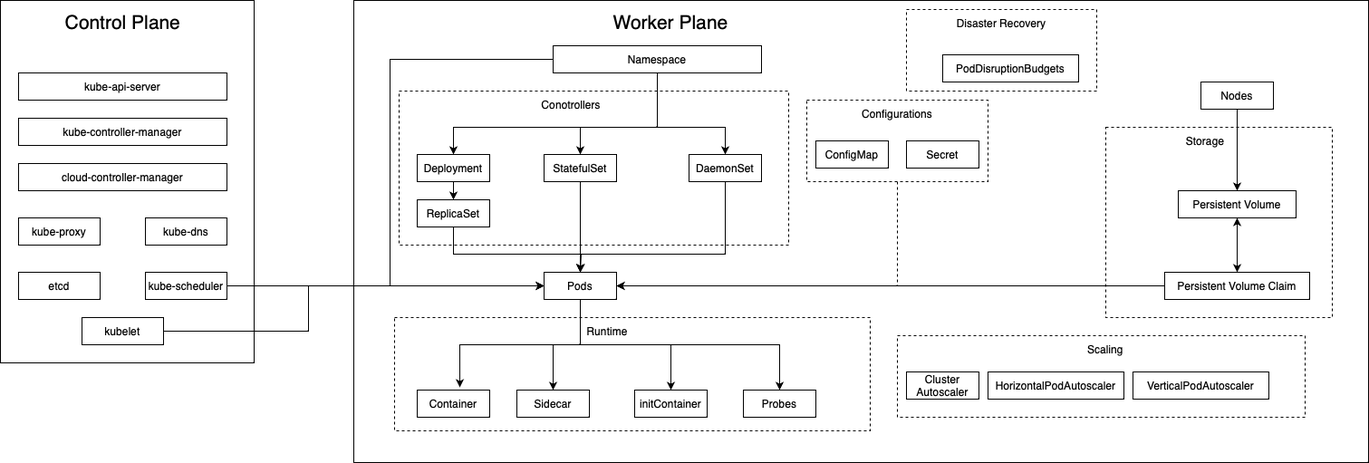
AnshumanTripathi/anshumantripathi.github.io keeps this draw.io diagram as static/images/kubernetes.png. Above is the earlier version. Source tidied: cells renumbered, new cells last; positions are measured from the earlier drawing's top-left corner, leaving out a move shared by most shapes.
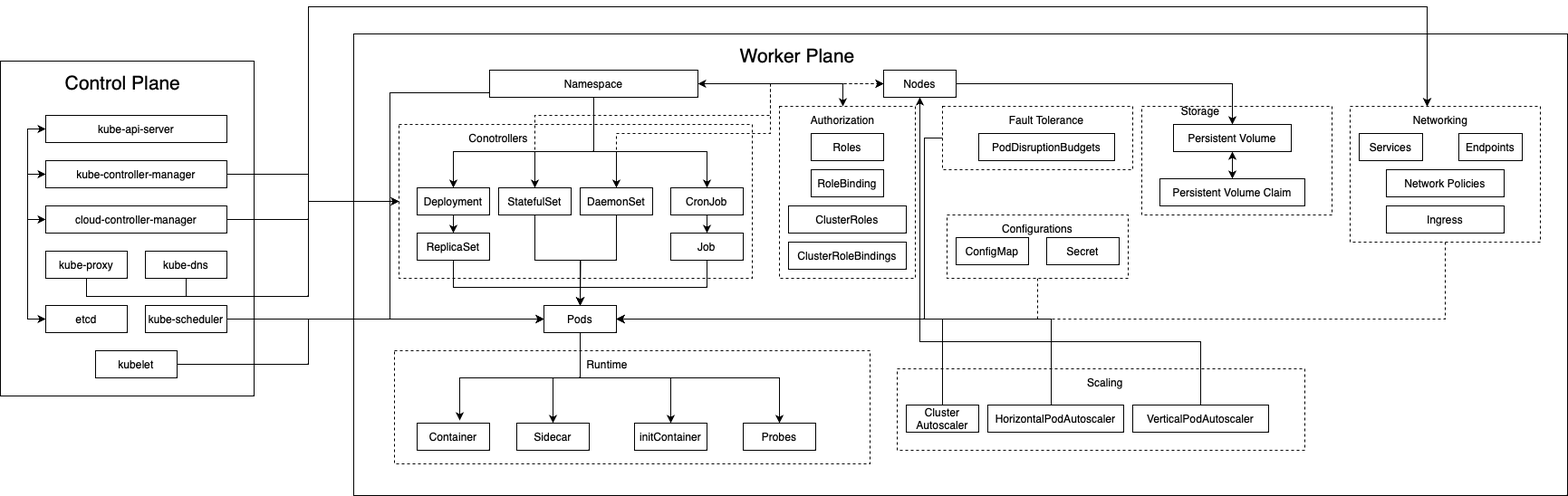
Later version of the same file.

The edit, as a diff of the source:
```diff
@@ -5,6 +5,6 @@
     <mxCell id="2" style="rounded=0;whiteSpace=wrap;html=1;" parent="1" vertex="1">
-      <mxGeometry x="390" width="1120" height="510" as="geometry" />
+      <mxGeometry x="390" width="1340" height="510" as="geometry" />
     </mxCell>
     <mxCell id="3" style="rounded=0;whiteSpace=wrap;html=1;dashed=1;" parent="1" vertex="1">
-      <mxGeometry x="440" y="100" width="430" height="170" as="geometry" />
+      <mxGeometry x="440" y="100" width="390" height="170" as="geometry" />
     </mxCell>
@@ -14,3 +14,3 @@
     <mxCell id="5" style="rounded=0;whiteSpace=wrap;html=1;dashed=1;" parent="1" vertex="1">
-      <mxGeometry x="1220" y="140" width="250" height="210" as="geometry" />
+      <mxGeometry x="1260" y="80" width="210" height="120" as="geometry" />
     </mxCell>
@@ -20,10 +20,20 @@
     <mxCell id="7" style="rounded=0;whiteSpace=wrap;html=1;dashed=1;" parent="1" vertex="1">
-      <mxGeometry x="890" y="110" width="200" height="90" as="geometry" />
+      <mxGeometry x="1045" y="200" width="200" height="70" as="geometry" />
     </mxCell>
     <mxCell id="8" value="C" style="rounded=0;whiteSpace=wrap;html=1;" parent="1" vertex="1">
-      <mxGeometry width="280" height="400" as="geometry" />
+      <mxGeometry y="30" width="280" height="370" as="geometry" />
     </mxCell>
     <mxCell id="9" value="kube-api-server" style="rounded=0;whiteSpace=wrap;html=1;" parent="1" vertex="1">
-      <mxGeometry x="20" y="80" width="230" height="30" as="geometry" />
+      <mxGeometry x="50" y="90" width="200" height="30" as="geometry" />
     </mxCell>
+    <mxCell id="63" style="edgeStyle=orthogonalEdgeStyle;rounded=0;jettySize=auto;html=1;exitX=0.5;exitY=1;exitDx=0;exitDy=0;entryX=0.25;entryY=0;entryDx=0;entryDy=0;" parent="1" edge="1" source="10" target="95">
+      <mxGeometry relative="1" as="geometry">
+        <Array as="points">
+          <mxPoint x="205" y="290" />
+          <mxPoint x="340" y="290" />
+          <mxPoint x="340" y="-30" />
+          <mxPoint x="1575" y="-30" />
+        </Array>
+      </mxGeometry>
+    </mxCell>
     <mxCell id="10" value="kube-dns" style="rounded=0;whiteSpace=wrap;html=1;" parent="1" vertex="1">
@@ -41,13 +51,48 @@
     </mxCell>
+    <mxCell id="64" style="edgeStyle=orthogonalEdgeStyle;rounded=0;jettySize=auto;html=1;exitX=0.5;exitY=1;exitDx=0;exitDy=0;entryX=0.25;entryY=0;entryDx=0;entryDy=0;" parent="1" edge="1" source="13" target="95">
+      <mxGeometry relative="1" as="geometry">
+        <Array as="points">
+          <mxPoint x="95" y="290" />
+          <mxPoint x="340" y="290" />
+          <mxPoint x="340" y="-30" />
+          <mxPoint x="1575" y="-30" />
+        </Array>
+      </mxGeometry>
+    </mxCell>
     <mxCell id="13" value="kube-proxy" style="rounded=0;whiteSpace=wrap;html=1;" parent="1" vertex="1">
-      <mxGeometry x="20" y="240" width="90" height="30" as="geometry" />
+      <mxGeometry x="50" y="240" width="90" height="30" as="geometry" />
     </mxCell>
+    <mxCell id="65" style="edgeStyle=orthogonalEdgeStyle;rounded=0;jettySize=auto;html=1;exitX=0;exitY=0.5;exitDx=0;exitDy=0;entryX=0;entryY=0.5;entryDx=0;entryDy=0;" parent="1" edge="1" source="14" target="15">
+      <mxGeometry relative="1" as="geometry" />
+    </mxCell>
+    <mxCell id="66" style="edgeStyle=orthogonalEdgeStyle;rounded=0;jettySize=auto;html=1;exitX=0;exitY=0.5;exitDx=0;exitDy=0;entryX=0;entryY=0.5;entryDx=0;entryDy=0;" parent="1" edge="1" source="14" target="16">
+      <mxGeometry relative="1" as="geometry" />
+    </mxCell>
+    <mxCell id="67" style="edgeStyle=orthogonalEdgeStyle;rounded=0;jettySize=auto;html=1;exitX=0;exitY=0.5;exitDx=0;exitDy=0;entryX=0;entryY=0.5;entryDx=0;entryDy=0;startArrow=classic;startFill=1;" parent="1" edge="1" source="14" target="9">
+      <mxGeometry relative="1" as="geometry" />
+    </mxCell>
     <mxCell id="14" value="etcd" style="rounded=0;whiteSpace=wrap;html=1;" parent="1" vertex="1">
-      <mxGeometry x="20" y="300" width="90" height="30" as="geometry" />
+      <mxGeometry x="50" y="300" width="90" height="30" as="geometry" />
     </mxCell>
+    <mxCell id="68" style="edgeStyle=orthogonalEdgeStyle;rounded=0;jettySize=auto;html=1;exitX=1;exitY=0.5;exitDx=0;exitDy=0;entryX=0;entryY=0.5;entryDx=0;entryDy=0;" parent="1" edge="1" source="15" target="3">
+      <mxGeometry relative="1" as="geometry">
+        <Array as="points">
+          <mxPoint x="340" y="155" />
+          <mxPoint x="340" y="185" />
+        </Array>
+      </mxGeometry>
+    </mxCell>
     <mxCell id="15" value="kube-controller-manager" style="rounded=0;whiteSpace=wrap;html=1;" parent="1" vertex="1">
-      <mxGeometry x="20" y="130" width="230" height="30" as="geometry" />
+      <mxGeometry x="50" y="140" width="200" height="30" as="geometry" />
     </mxCell>
+    <mxCell id="69" style="edgeStyle=orthogonalEdgeStyle;rounded=0;jettySize=auto;html=1;exitX=1;exitY=0.5;exitDx=0;exitDy=0;entryX=0;entryY=0.5;entryDx=0;entryDy=0;" parent="1" edge="1" source="16" target="3">
+      <mxGeometry relative="1" as="geometry">
+        <Array as="points">
+          <mxPoint x="340" y="205" />
+          <mxPoint x="340" y="185" />
+        </Array>
+      </mxGeometry>
+    </mxCell>
     <mxCell id="16" value="cloud-controller-manager" style="rounded=0;whiteSpace=wrap;html=1;" parent="1" vertex="1">
-      <mxGeometry x="20" y="180" width="230" height="30" as="geometry" />
+      <mxGeometry x="50" y="190" width="200" height="30" as="geometry" />
     </mxCell>
@@ -62,3 +107,3 @@
     <mxCell id="18" value="kubelet" style="rounded=0;whiteSpace=wrap;html=1;" parent="1" vertex="1">
-      <mxGeometry x="90" y="350" width="90" height="30" as="geometry" />
+      <mxGeometry x="105" y="350" width="90" height="30" as="geometry" />
     </mxCell>
@@ -67,4 +112,4 @@
         <Array as="points">
-          <mxPoint x="725" y="140" />
-          <mxPoint x="500" y="140" />
+          <mxPoint x="655" y="130" />
+          <mxPoint x="500" y="130" />
         </Array>
@@ -72,2 +117,10 @@
     </mxCell>
+    <mxCell id="22" style="edgeStyle=orthogonalEdgeStyle;rounded=0;jettySize=auto;html=1;exitX=0;exitY=0.5;exitDx=0;exitDy=0;entryX=0;entryY=0.5;entryDx=0;entryDy=0;" parent="1" edge="1" source="23" target="36">
+      <mxGeometry relative="1" as="geometry">
+        <Array as="points">
+          <mxPoint x="430" y="65" />
+          <mxPoint x="430" y="315" />
+        </Array>
+      </mxGeometry>
+    </mxCell>
     <mxCell id="20" style="edgeStyle=orthogonalEdgeStyle;rounded=0;jettySize=auto;html=1;exitX=0.5;exitY=1;exitDx=0;exitDy=0;entryX=0.5;entryY=0;entryDx=0;entryDy=0;" parent="1" edge="1" source="23" target="27">
@@ -75,4 +128,4 @@
         <Array as="points">
-          <mxPoint x="725" y="140" />
-          <mxPoint x="640" y="140" />
+          <mxPoint x="655" y="130" />
+          <mxPoint x="590" y="130" />
         </Array>
@@ -80,7 +133,7 @@
     </mxCell>
-    <mxCell id="21" style="edgeStyle=orthogonalEdgeStyle;rounded=0;jettySize=auto;html=1;exitX=0.5;exitY=1;exitDx=0;exitDy=0;" parent="1" edge="1" source="23" target="29">
+    <mxCell id="21" style="edgeStyle=orthogonalEdgeStyle;rounded=0;jettySize=auto;html=1;exitX=0.5;exitY=1;exitDx=0;exitDy=0;entryX=0.5;entryY=0;entryDx=0;entryDy=0;" parent="1" edge="1" source="23" target="29">
       <mxGeometry relative="1" as="geometry">
         <Array as="points">
-          <mxPoint x="725" y="140" />
-          <mxPoint x="800" y="140" />
+          <mxPoint x="655" y="130" />
+          <mxPoint x="680" y="130" />
         </Array>
@@ -88,12 +141,15 @@
     </mxCell>
-    <mxCell id="22" style="edgeStyle=orthogonalEdgeStyle;rounded=0;jettySize=auto;html=1;exitX=0;exitY=0.5;exitDx=0;exitDy=0;entryX=0;entryY=0.5;entryDx=0;entryDy=0;" parent="1" edge="1" source="23" target="36">
-      <mxGeometry relative="1" as="geometry">
-        <Array as="points">
-          <mxPoint x="430" y="65" />
-          <mxPoint x="430" y="315" />
-        </Array>
-      </mxGeometry>
-    </mxCell>
+    <mxCell id="70" style="edgeStyle=orthogonalEdgeStyle;rounded=0;jettySize=auto;html=1;exitX=0.5;exitY=1;exitDx=0;exitDy=0;entryX=0.5;entryY=0;entryDx=0;entryDy=0;" parent="1" edge="1" source="23" target="85">
+      <mxGeometry relative="1" as="geometry">
+        <Array as="points">
+          <mxPoint x="655" y="130" />
+          <mxPoint x="780" y="130" />
+        </Array>
+      </mxGeometry>
+    </mxCell>
+    <mxCell id="71" style="edgeStyle=orthogonalEdgeStyle;rounded=0;jettySize=auto;html=1;exitX=1;exitY=0.5;exitDx=0;exitDy=0;entryX=0.5;entryY=0;entryDx=0;entryDy=0;startArrow=classic;startFill=1;" parent="1" edge="1" source="23" target="83">
+      <mxGeometry relative="1" as="geometry" />
+    </mxCell>
     <mxCell id="23" value="Namespace" style="rounded=0;whiteSpace=wrap;html=1;" parent="1" vertex="1">
-      <mxGeometry x="610" y="50" width="230" height="30" as="geometry" />
+      <mxGeometry x="540" y="40" width="230" height="30" as="geometry" />
     </mxCell>
@@ -108,16 +164,21 @@
     </mxCell>
+    <mxCell id="72" style="edgeStyle=orthogonalEdgeStyle;rounded=0;jettySize=auto;html=1;exitX=0.5;exitY=0;exitDx=0;exitDy=0;entryX=0;entryY=0.5;entryDx=0;entryDy=0;dashed=1;" parent="1" edge="1" source="27" target="44">
+      <mxGeometry relative="1" as="geometry">
+        <Array as="points">
+          <mxPoint x="590" y="90" />
+          <mxPoint x="850" y="90" />
+          <mxPoint x="850" y="55" />
+        </Array>
+      </mxGeometry>
+    </mxCell>
     <mxCell id="27" value="StatefulSet" style="rounded=0;whiteSpace=wrap;html=1;" parent="1" vertex="1">
-      <mxGeometry x="600" y="170" width="80" height="30" as="geometry" />
+      <mxGeometry x="550" y="170" width="80" height="30" as="geometry" />
     </mxCell>
-    <mxCell id="28" style="edgeStyle=orthogonalEdgeStyle;rounded=0;jettySize=auto;html=1;exitX=0.5;exitY=1;exitDx=0;exitDy=0;" parent="1" edge="1" source="29">
-      <mxGeometry relative="1" as="geometry">
-        <mxPoint x="640" y="300" as="targetPoint" />
-        <Array as="points">
-          <mxPoint x="800" y="280" />
-          <mxPoint x="641" y="280" />
-        </Array>
-      </mxGeometry>
-    </mxCell>
+    <mxCell id="73" style="edgeStyle=orthogonalEdgeStyle;rounded=0;jettySize=auto;html=1;exitX=0.5;exitY=1;exitDx=0;exitDy=0;" parent="1" edge="1" source="29">
+      <mxGeometry relative="1" as="geometry">
+        <mxPoint x="640" y="300" as="targetPoint" />
+      </mxGeometry>
+    </mxCell>
     <mxCell id="29" value="DaemonSet" style="rounded=0;whiteSpace=wrap;html=1;" parent="1" vertex="1">
-      <mxGeometry x="760" y="170" width="80" height="30" as="geometry" />
+      <mxGeometry x="640" y="170" width="80" height="30" as="geometry" />
     </mxCell>
@@ -162,8 +223,8 @@
     <mxCell id="41" value="ConfigMap" style="rounded=0;whiteSpace=wrap;html=1;" parent="1" vertex="1">
-      <mxGeometry x="900" y="155" width="80" height="30" as="geometry" />
+      <mxGeometry x="1055" y="225" width="80" height="30" as="geometry" />
     </mxCell>
     <mxCell id="42" value="Secret" style="rounded=0;whiteSpace=wrap;html=1;" parent="1" vertex="1">
-      <mxGeometry x="1000" y="155" width="80" height="30" as="geometry" />
+      <mxGeometry x="1155" y="225" width="80" height="30" as="geometry" />
     </mxCell>
-    <mxCell id="43" style="edgeStyle=orthogonalEdgeStyle;rounded=0;jettySize=auto;html=1;exitX=0.5;exitY=1;exitDx=0;exitDy=0;entryX=0.5;entryY=0;entryDx=0;entryDy=0;" parent="1" edge="1" source="44" target="48">
+    <mxCell id="43" style="edgeStyle=orthogonalEdgeStyle;rounded=0;jettySize=auto;html=1;exitX=1;exitY=0.5;exitDx=0;exitDy=0;entryX=0.5;entryY=0;entryDx=0;entryDy=0;" parent="1" edge="1" source="44" target="48">
       <mxGeometry relative="1" as="geometry" />
@@ -171,9 +232,9 @@
     <mxCell id="44" value="Nodes" style="rounded=0;whiteSpace=wrap;html=1;" parent="1" vertex="1">
-      <mxGeometry x="1325" y="90" width="80" height="30" as="geometry" />
+      <mxGeometry x="975" y="40" width="80" height="30" as="geometry" />
     </mxCell>
     <mxCell id="45" value="&lt;font style=&quot;font-size: 21px;&quot;&gt;Control Plane&lt;/font&gt;" style="text;html=1;strokeColor=none;fillColor=none;align=center;verticalAlign=middle;whiteSpace=wrap;rounded=0;" parent="1" vertex="1">
-      <mxGeometry x="62.5" y="10" width="145" height="30" as="geometry" />
+      <mxGeometry x="62.5" y="40" width="145" height="30" as="geometry" />
     </mxCell>
     <mxCell id="46" value="&lt;font style=&quot;font-size: 21px;&quot;&gt;Worker Plane&lt;/font&gt;" style="text;html=1;strokeColor=none;fillColor=none;align=center;verticalAlign=middle;whiteSpace=wrap;rounded=0;" parent="1" vertex="1">
-      <mxGeometry x="660" y="10" width="160" height="30" as="geometry" />
+      <mxGeometry x="800" y="10" width="160" height="30" as="geometry" />
     </mxCell>
@@ -183,15 +244,12 @@
     <mxCell id="48" value="Persistent Volume" style="rounded=0;whiteSpace=wrap;html=1;" parent="1" vertex="1">
-      <mxGeometry x="1300" y="210" width="130" height="30" as="geometry" />
+      <mxGeometry x="1295" y="100" width="130" height="30" as="geometry" />
     </mxCell>
-    <mxCell id="49" style="edgeStyle=orthogonalEdgeStyle;rounded=0;jettySize=auto;html=1;exitX=0;exitY=0.5;exitDx=0;exitDy=0;" parent="1" edge="1" source="50" target="36">
-      <mxGeometry relative="1" as="geometry" />
-    </mxCell>
     <mxCell id="50" value="Persistent Volume Claim" style="rounded=0;whiteSpace=wrap;html=1;" parent="1" vertex="1">
-      <mxGeometry x="1285" y="300" width="160" height="30" as="geometry" />
+      <mxGeometry x="1280" y="160" width="160" height="30" as="geometry" />
     </mxCell>
     <mxCell id="51" value="Configurations" style="text;html=1;strokeColor=none;fillColor=none;align=center;verticalAlign=middle;whiteSpace=wrap;rounded=0;" parent="1" vertex="1">
-      <mxGeometry x="960" y="110" width="60" height="30" as="geometry" />
+      <mxGeometry x="1115" y="200" width="60" height="30" as="geometry" />
     </mxCell>
     <mxCell id="52" value="Storage" style="text;html=1;strokeColor=none;fillColor=none;align=center;verticalAlign=middle;whiteSpace=wrap;rounded=0;" parent="1" vertex="1">
-      <mxGeometry x="1300" y="140" width="60" height="30" as="geometry" />
+      <mxGeometry x="1295" y="70" width="60" height="30" as="geometry" />
     </mxCell>
@@ -201,3 +259,3 @@
     <mxCell id="54" value="Conotrollers" style="text;html=1;strokeColor=none;fillColor=none;align=center;verticalAlign=middle;whiteSpace=wrap;rounded=0;" parent="1" vertex="1">
-      <mxGeometry x="600" y="100" width="60" height="30" as="geometry" />
+      <mxGeometry x="520" y="100" width="60" height="30" as="geometry" />
     </mxCell>
@@ -209,2 +267,9 @@
     </mxCell>
+    <mxCell id="74" style="edgeStyle=orthogonalEdgeStyle;rounded=0;jettySize=auto;html=1;entryX=1;entryY=0.5;entryDx=0;entryDy=0;exitX=0.5;exitY=0;exitDx=0;exitDy=0;" parent="1" edge="1" source="57" target="36">
+      <mxGeometry relative="1" as="geometry">
+        <Array as="points">
+          <mxPoint x="1040" y="315" />
+        </Array>
+      </mxGeometry>
+    </mxCell>
     <mxCell id="57" value="Cluster Autoscaler" style="rounded=0;whiteSpace=wrap;html=1;" parent="1" vertex="1">
@@ -212,2 +277,9 @@
     </mxCell>
+    <mxCell id="75" style="edgeStyle=orthogonalEdgeStyle;rounded=0;jettySize=auto;html=1;entryX=1;entryY=0.5;entryDx=0;entryDy=0;" parent="1" edge="1" source="58" target="36">
+      <mxGeometry relative="1" as="geometry">
+        <Array as="points">
+          <mxPoint x="1160" y="315" />
+        </Array>
+      </mxGeometry>
+    </mxCell>
     <mxCell id="58" value="HorizontalPodAutoscaler" style="rounded=0;whiteSpace=wrap;html=1;" parent="1" vertex="1">
@@ -215,2 +287,10 @@
     </mxCell>
+    <mxCell id="76" style="edgeStyle=orthogonalEdgeStyle;rounded=0;jettySize=auto;html=1;exitX=0.5;exitY=0;exitDx=0;exitDy=0;entryX=0.5;entryY=1;entryDx=0;entryDy=0;" parent="1" edge="1" source="59" target="44">
+      <mxGeometry relative="1" as="geometry">
+        <Array as="points">
+          <mxPoint x="1325" y="340" />
+          <mxPoint x="1015" y="340" />
+        </Array>
+      </mxGeometry>
+    </mxCell>
     <mxCell id="59" value="VerticalPodAutoscaler" style="rounded=0;whiteSpace=wrap;html=1;" parent="1" vertex="1">
@@ -218,11 +298,85 @@
     </mxCell>
+    <mxCell id="77" style="edgeStyle=orthogonalEdgeStyle;rounded=0;jettySize=auto;html=1;exitX=0;exitY=0.5;exitDx=0;exitDy=0;entryX=1;entryY=0.5;entryDx=0;entryDy=0;" parent="1" edge="1" source="60" target="36">
+      <mxGeometry relative="1" as="geometry">
+        <Array as="points">
+          <mxPoint x="1020" y="115" />
+          <mxPoint x="1020" y="315" />
+        </Array>
+      </mxGeometry>
+    </mxCell>
     <mxCell id="60" style="rounded=0;whiteSpace=wrap;html=1;dashed=1;" parent="1" vertex="1">
-      <mxGeometry x="1000" y="10" width="210" height="90" as="geometry" />
+      <mxGeometry x="1040" y="80" width="210" height="70" as="geometry" />
     </mxCell>
-    <mxCell id="61" value="Disaster Recovery" style="text;html=1;strokeColor=none;fillColor=none;align=center;verticalAlign=middle;whiteSpace=wrap;rounded=0;" parent="1" vertex="1">
-      <mxGeometry x="1050" y="10" width="110" height="30" as="geometry" />
+    <mxCell id="61" value="Fault Tolerance" style="text;html=1;strokeColor=none;fillColor=none;align=center;verticalAlign=middle;whiteSpace=wrap;rounded=0;" parent="1" vertex="1">
+      <mxGeometry x="1100" y="80" width="110" height="30" as="geometry" />
     </mxCell>
     <mxCell id="62" value="PodDisruptionBudgets" style="rounded=0;whiteSpace=wrap;html=1;" parent="1" vertex="1">
-      <mxGeometry x="1040" y="60" width="150" height="30" as="geometry" />
+      <mxGeometry x="1080" y="110" width="150" height="30" as="geometry" />
     </mxCell>
+    <mxCell id="78" style="rounded=0;whiteSpace=wrap;html=1;dashed=1;" parent="1" vertex="1">
+      <mxGeometry x="860" y="80" width="150" height="190" as="geometry" />
+    </mxCell>
+    <mxCell id="79" value="ClusterRoleBindings" style="rounded=0;whiteSpace=wrap;html=1;" parent="1" vertex="1">
+      <mxGeometry x="870" y="230" width="130" height="30" as="geometry" />
+    </mxCell>
+    <mxCell id="80" value="ClusterRoles" style="rounded=0;whiteSpace=wrap;html=1;" parent="1" vertex="1">
+      <mxGeometry x="870" y="190" width="130" height="30" as="geometry" />
+    </mxCell>
+    <mxCell id="81" value="RoleBinding" style="rounded=0;whiteSpace=wrap;html=1;" parent="1" vertex="1">
+      <mxGeometry x="895" y="150" width="80" height="30" as="geometry" />
+    </mxCell>
+    <mxCell id="82" value="Roles" style="rounded=0;whiteSpace=wrap;html=1;" parent="1" vertex="1">
+      <mxGeometry x="895" y="110" width="80" height="30" as="geometry" />
+    </mxCell>
+    <mxCell id="83" value="Authorization" style="text;html=1;strokeColor=none;fillColor=none;align=center;verticalAlign=middle;whiteSpace=wrap;rounded=0;" parent="1" vertex="1">
+      <mxGeometry x="900" y="80" width="60" height="30" as="geometry" />
+    </mxCell>
+    <mxCell id="84" style="edgeStyle=orthogonalEdgeStyle;rounded=0;jettySize=auto;html=1;exitX=0.5;exitY=1;exitDx=0;exitDy=0;entryX=0.5;entryY=0;entryDx=0;entryDy=0;" parent="1" edge="1" source="85" target="87">
+      <mxGeometry relative="1" as="geometry" />
+    </mxCell>
+    <mxCell id="85" value="CronJob" style="rounded=0;whiteSpace=wrap;html=1;" parent="1" vertex="1">
+      <mxGeometry x="740" y="170" width="80" height="30" as="geometry" />
+    </mxCell>
+    <mxCell id="86" style="edgeStyle=orthogonalEdgeStyle;rounded=0;jettySize=auto;html=1;exitX=0.5;exitY=1;exitDx=0;exitDy=0;" parent="1" edge="1" source="87">
+      <mxGeometry relative="1" as="geometry">
+        <mxPoint x="640" y="300" as="targetPoint" />
+        <Array as="points">
+          <mxPoint x="780" y="280" />
+          <mxPoint x="640" y="280" />
+        </Array>
+      </mxGeometry>
+    </mxCell>
+    <mxCell id="87" value="Job" style="rounded=0;whiteSpace=wrap;html=1;" parent="1" vertex="1">
+      <mxGeometry x="740" y="220" width="80" height="30" as="geometry" />
+    </mxCell>
+    <mxCell id="88" style="edgeStyle=orthogonalEdgeStyle;rounded=0;jettySize=auto;html=1;entryX=0;entryY=0.5;entryDx=0;entryDy=0;exitX=0.5;exitY=0;exitDx=0;exitDy=0;strokeColor=default;endArrow=classic;endFill=1;dashed=1;" parent="1" edge="1" source="29" target="44">
+      <mxGeometry relative="1" as="geometry">
+        <Array as="points">
+          <mxPoint x="680" y="110" />
+          <mxPoint x="850" y="110" />
+          <mxPoint x="850" y="55" />
+        </Array>
+      </mxGeometry>
+    </mxCell>
+    <mxCell id="89" style="edgeStyle=orthogonalEdgeStyle;rounded=0;jettySize=auto;html=1;exitX=0.5;exitY=1;exitDx=0;exitDy=0;entryX=1;entryY=0.5;entryDx=0;entryDy=0;dashed=1;" parent="1" edge="1" source="90" target="36">
+      <mxGeometry relative="1" as="geometry" />
+    </mxCell>
+    <mxCell id="90" style="rounded=0;whiteSpace=wrap;html=1;dashed=1;" parent="1" vertex="1">
+      <mxGeometry x="1490" y="80" width="210" height="150" as="geometry" />
+    </mxCell>
+    <mxCell id="91" value="Services" style="rounded=0;whiteSpace=wrap;html=1;" parent="1" vertex="1">
+      <mxGeometry x="1500" y="110" width="70" height="30" as="geometry" />
+    </mxCell>
+    <mxCell id="92" value="Network Policies" style="rounded=0;whiteSpace=wrap;html=1;" parent="1" vertex="1">
+      <mxGeometry x="1530" y="150" width="130" height="30" as="geometry" />
+    </mxCell>
+    <mxCell id="93" value="Ingress" style="rounded=0;whiteSpace=wrap;html=1;" parent="1" vertex="1">
+      <mxGeometry x="1530" y="190" width="130" height="30" as="geometry" />
+    </mxCell>
+    <mxCell id="94" value="Endpoints" style="rounded=0;whiteSpace=wrap;html=1;" parent="1" vertex="1">
+      <mxGeometry x="1610" y="110" width="70" height="30" as="geometry" />
+    </mxCell>
+    <mxCell id="95" value="Networking" style="text;html=1;strokeColor=none;fillColor=none;align=center;verticalAlign=middle;whiteSpace=wrap;rounded=0;" parent="1" vertex="1">
+      <mxGeometry x="1560" y="80" width="60" height="30" as="geometry" />
+    </mxCell>
   </root>
```
